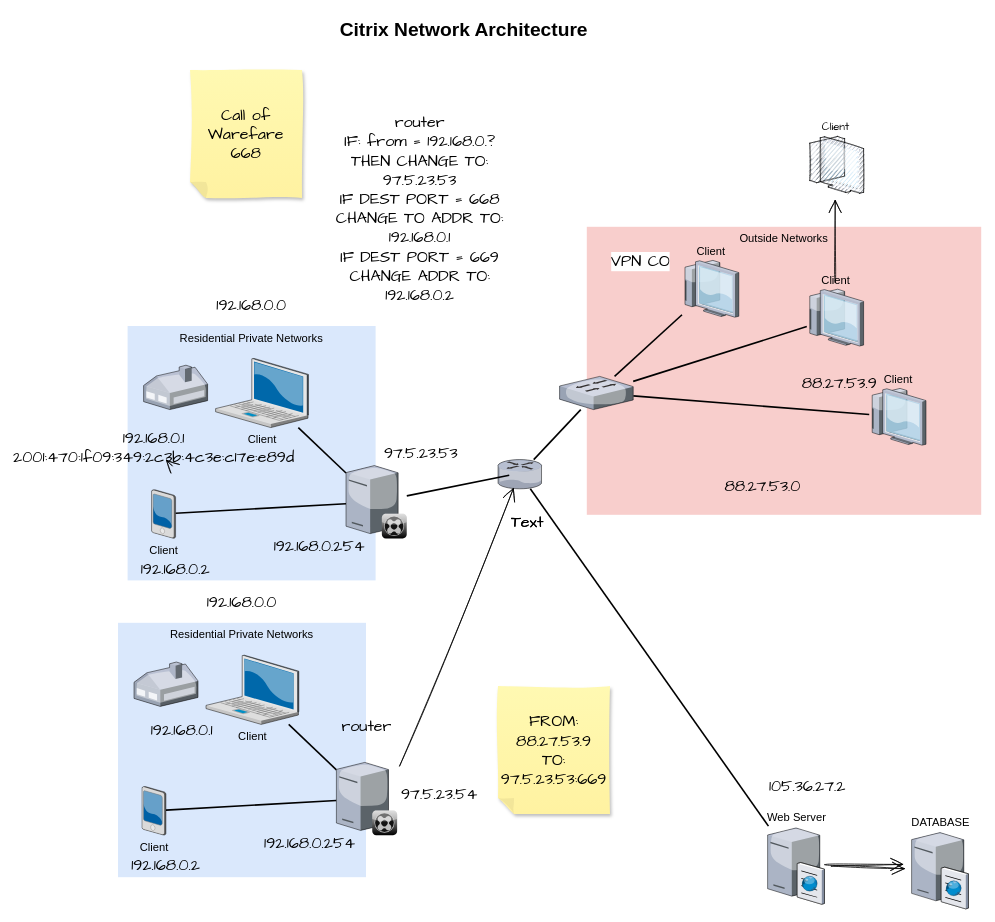
Above: Whiteboard/Untitled Diagram.drawio in Crush-Steelpunch/DFE-DATA4 (draw.io), before the change. Source tidied: cells renumbered, new cells numbered last; positions are measured from the earlier drawing's top-left corner, leaving out a move shared by most shapes. Both pictures are drawn from the tidied source at 80%, with x=0, y=0 at pixel (118, 14).
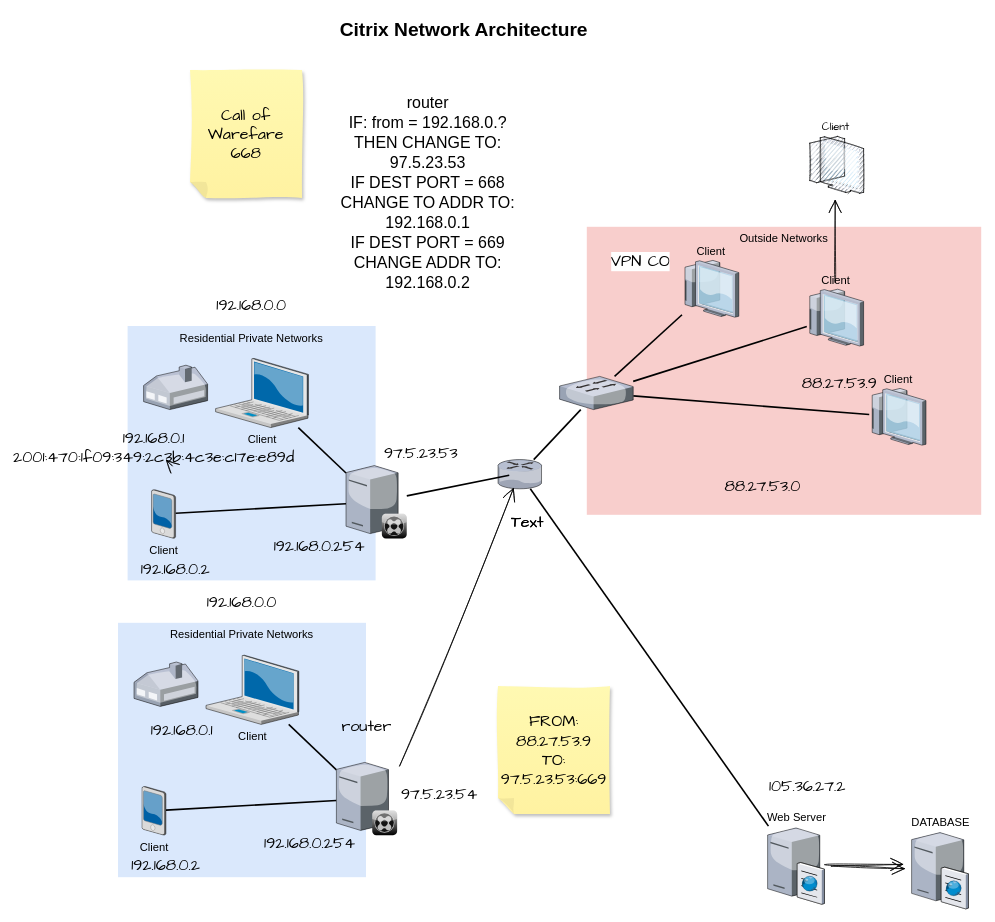
After the change.

The edit, as a diff of the source:
```diff
@@
-    <mxCell id="26" value="&lt;div&gt;router&lt;/div&gt;&lt;div&gt;IF: from = 192.168.0.?&lt;/div&gt;&lt;div&gt;THEN CHANGE TO:&lt;/div&gt;&lt;div&gt;97.5.23.53&lt;/div&gt;&lt;div&gt;IF DEST PORT = 668&lt;/div&gt;&lt;div&gt;CHANGE TO ADDR TO: 192.168.0.1&lt;/div&gt;&lt;div&gt;IF DEST PORT = 669&lt;/div&gt;&lt;div&gt;CHANGE ADDR TO: 192.168.0.2&lt;br&gt;&lt;/div&gt;" style="text;strokeColor=none;fillColor=none;html=1;align=center;verticalAlign=middle;whiteSpace=wrap;rounded=0;sketch=1;hachureGap=4;fontFamily=Architects Daughter;fontSize=20;" parent="1" vertex="1">
-      <mxGeometry x="242" y="200" width="271" height="86" as="geometry" />
+    <mxCell id="26" value="&lt;div&gt;&lt;font face=&quot;Helvetica&quot;&gt;router&lt;/font&gt;&lt;/div&gt;&lt;div&gt;&lt;font face=&quot;Helvetica&quot;&gt;IF: from = 192.168.0.?&lt;/font&gt;&lt;/div&gt;&lt;div&gt;&lt;font face=&quot;Helvetica&quot;&gt;THEN CHANGE TO:&lt;/font&gt;&lt;/div&gt;&lt;div&gt;&lt;font face=&quot;Helvetica&quot;&gt;97.5.23.53&lt;/font&gt;&lt;/div&gt;&lt;div&gt;&lt;font face=&quot;Helvetica&quot;&gt;IF DEST PORT = 668&lt;/font&gt;&lt;/div&gt;&lt;div&gt;&lt;font face=&quot;Helvetica&quot;&gt;CHANGE TO ADDR TO: 192.168.0.1&lt;/font&gt;&lt;/div&gt;&lt;div&gt;&lt;font face=&quot;Helvetica&quot;&gt;IF DEST PORT = 669&lt;/font&gt;&lt;/div&gt;&lt;div&gt;&lt;font face=&quot;Helvetica&quot;&gt;CHANGE ADDR TO: 192.168.0.2&lt;br&gt;&lt;/font&gt;&lt;/div&gt;" style="text;strokeColor=none;fillColor=none;html=1;align=center;verticalAlign=middle;whiteSpace=wrap;rounded=0;sketch=1;hachureGap=4;fontFamily=Architects Daughter;fontSize=20;" parent="1" vertex="1">
+      <mxGeometry x="252" y="180" width="271" height="86" as="geometry" />
     </mxCell>
```
